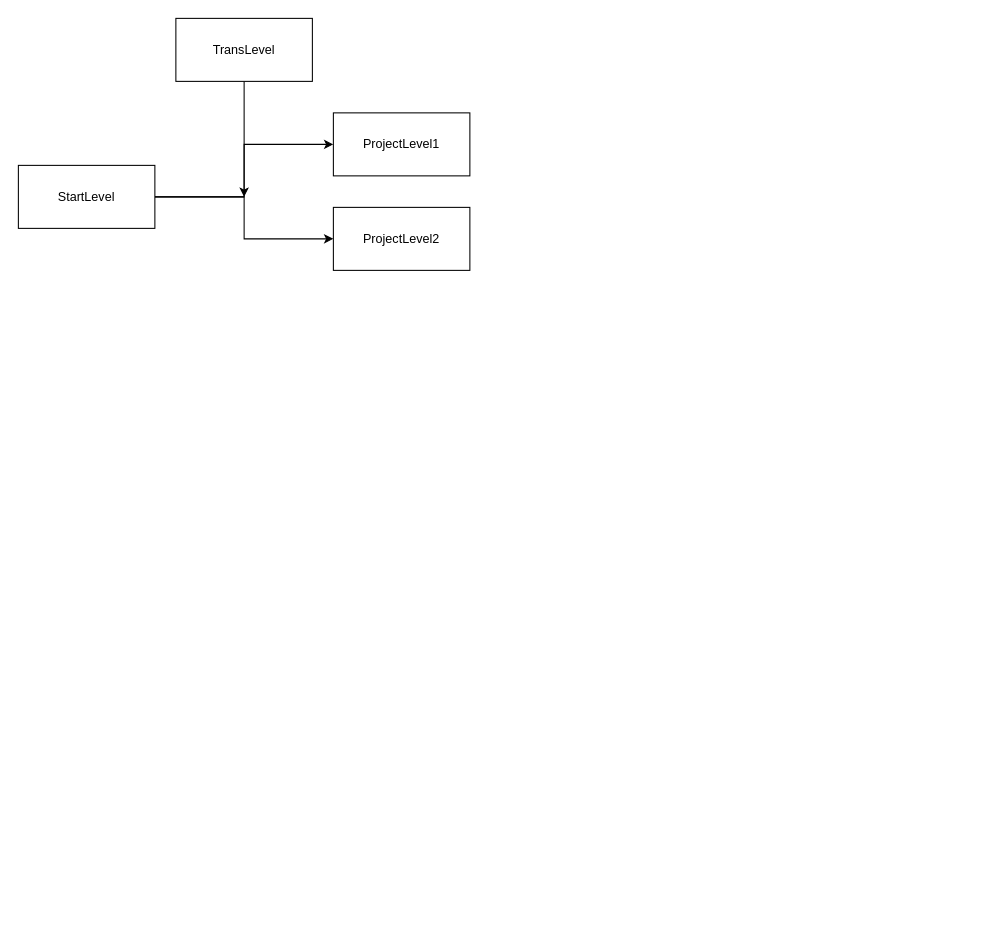
Before: Untitled Diagram.drawio in gaochaowyq/MinderGraph, a draw.io diagram. Source tidied: cells renumbered, new cells numbered last; positions are measured from the earlier drawing's top-left corner, leaving out a move shared by most shapes. Both pictures are drawn from the tidied source at 105%, with x=0, y=0 at pixel (18, 18).
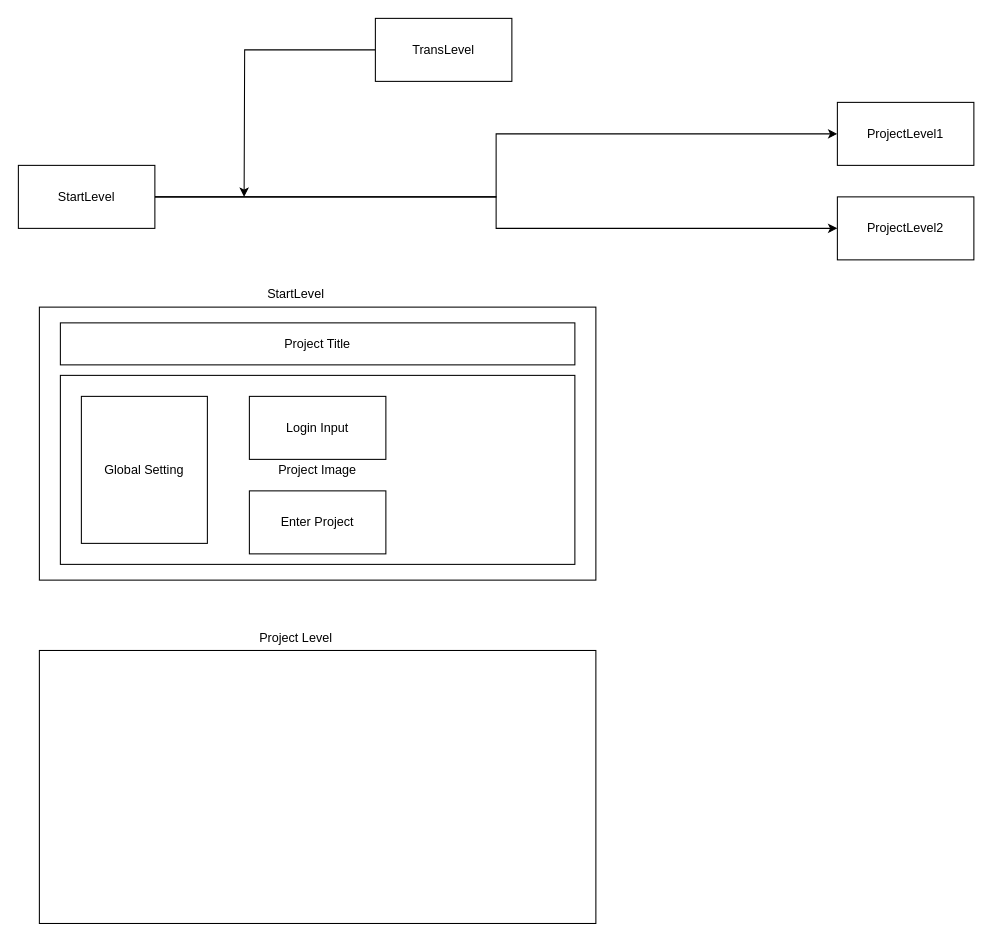
The same page after the edit.

Diff of the diagram source:
```diff
@@
 <mxGraphModel background="#ffffff">
   <root>
     <mxCell id="0" />
     <mxCell id="1" parent="0" />
     <mxCell id="2" style="edgeStyle=orthogonalEdgeStyle;rounded=0;jettySize=auto;html=1;exitX=1;exitY=0.5;exitDx=0;exitDy=0;" parent="1" edge="1" source="4" target="5">
       <mxGeometry relative="1" as="geometry" />
     </mxCell>
     <mxCell id="3" style="edgeStyle=orthogonalEdgeStyle;rounded=0;jettySize=auto;html=1;" parent="1" edge="1" source="4" target="8">
       <mxGeometry relative="1" as="geometry" />
     </mxCell>
     <mxCell id="4" value="StartLevel" style="rounded=0;whiteSpace=wrap;html=1;" parent="1" vertex="1">
       <mxGeometry y="140" width="130" height="60" as="geometry" />
     </mxCell>
     <mxCell id="5" value="ProjectLevel1" style="rounded=0;whiteSpace=wrap;html=1;" parent="1" vertex="1">
-      <mxGeometry x="300" y="90" width="130" height="60" as="geometry" />
+      <mxGeometry x="780" y="80" width="130" height="60" as="geometry" />
     </mxCell>
     <mxCell id="6" style="edgeStyle=orthogonalEdgeStyle;rounded=0;jettySize=auto;html=1;" parent="1" edge="1" source="7">
       <mxGeometry relative="1" as="geometry">
         <mxPoint x="215" y="170" as="targetPoint" />
       </mxGeometry>
     </mxCell>
     <mxCell id="7" value="TransLevel" style="rounded=0;whiteSpace=wrap;html=1;" parent="1" vertex="1">
-      <mxGeometry x="150" width="130" height="60" as="geometry" />
+      <mxGeometry x="340" width="130" height="60" as="geometry" />
     </mxCell>
     <mxCell id="8" value="ProjectLevel2" style="rounded=0;whiteSpace=wrap;html=1;" parent="1" vertex="1">
-      <mxGeometry x="300" y="180" width="130" height="60" as="geometry" />
+      <mxGeometry x="780" y="170" width="130" height="60" as="geometry" />
     </mxCell>
+    <mxCell id="9" style="rounded=0;whiteSpace=wrap;html=1;" parent="1" vertex="1">
+      <mxGeometry x="20" y="275" width="530" height="260" as="geometry" />
+    </mxCell>
+    <mxCell id="10" value="Project Image" style="rounded=0;whiteSpace=wrap;html=1;" parent="1" vertex="1">
+      <mxGeometry x="40" y="340" width="490" height="180" as="geometry" />
+    </mxCell>
+    <mxCell id="11" value="Project Title" style="rounded=0;whiteSpace=wrap;html=1;" parent="1" vertex="1">
+      <mxGeometry x="40" y="290" width="490" height="40" as="geometry" />
+    </mxCell>
+    <mxCell id="12" value="StartLevel" style="text;html=1;align=center;verticalAlign=middle;" parent="1" vertex="1">
+      <mxGeometry x="229" y="253" width="70" height="20" as="geometry" />
+    </mxCell>
+    <mxCell id="13" style="rounded=0;whiteSpace=wrap;html=1;" parent="1" vertex="1">
+      <mxGeometry x="20" y="602" width="530" height="260" as="geometry" />
+    </mxCell>
+    <mxCell id="14" value="Project Level" style="text;html=1;align=center;verticalAlign=middle;" parent="1" vertex="1">
+      <mxGeometry x="224" y="580" width="80" height="20" as="geometry" />
+    </mxCell>
+    <mxCell id="15" value="Login Input" style="rounded=0;whiteSpace=wrap;html=1;" parent="1" vertex="1">
+      <mxGeometry x="220" y="360" width="130" height="60" as="geometry" />
+    </mxCell>
+    <mxCell id="16" value="Global Setting" style="rounded=0;whiteSpace=wrap;html=1;" parent="1" vertex="1">
+      <mxGeometry x="60" y="360" width="120" height="140" as="geometry" />
+    </mxCell>
+    <mxCell id="17" value="Enter Project" style="rounded=0;whiteSpace=wrap;html=1;" parent="1" vertex="1">
+      <mxGeometry x="220" y="450" width="130" height="60" as="geometry" />
+    </mxCell>
   </root>
 </mxGraphModel>
```
